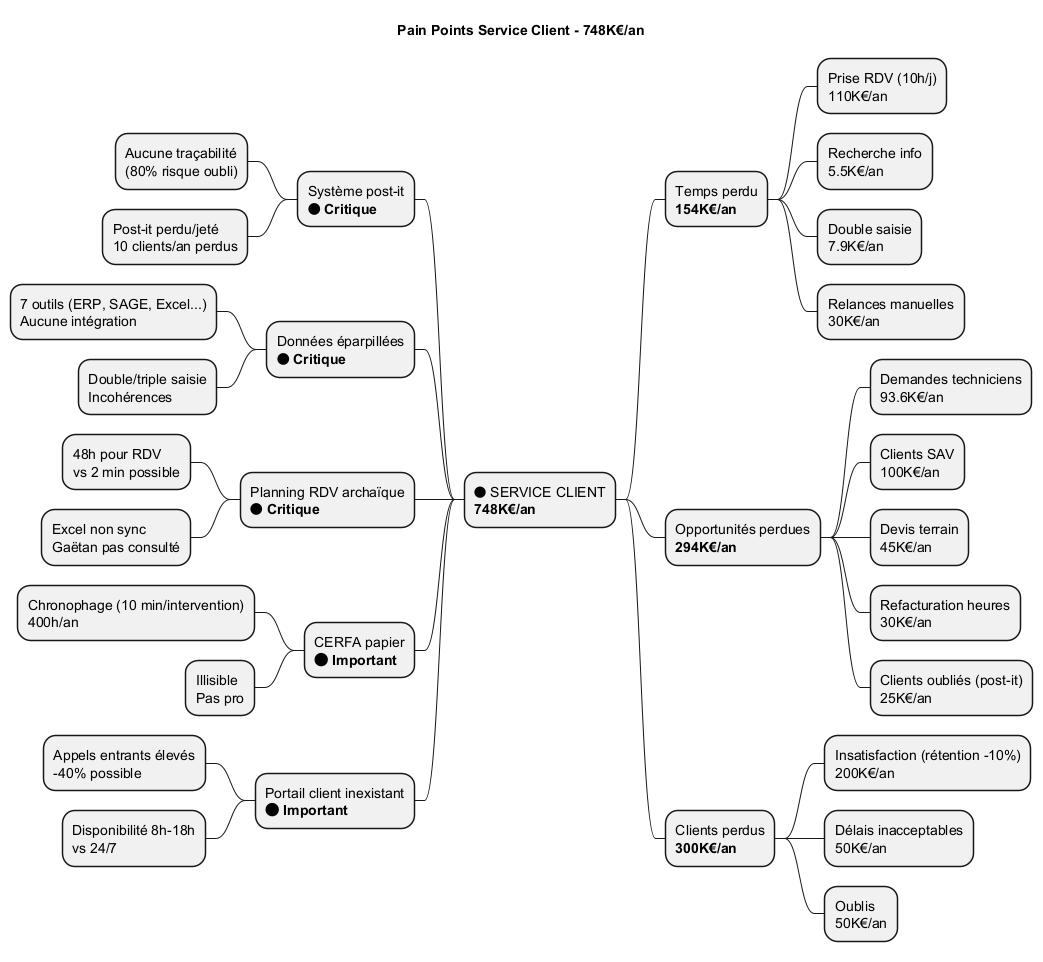
This is Services/Service-Client/uml/png/Pain_Points_Service_Client.png from JordanSerafini/Audit_Duret, a PlantUML export, as it was before one commit. Its diagram source:
```plantuml
@startmindmap Pain_Points_Service_Client

title Pain Points Service Client - 748K€/an

* 🔴 SERVICE CLIENT\n**748K€/an**
** Temps perdu\n**154K€/an**
*** Prise RDV (10h/j)\n110K€/an
*** Recherche info\n5.5K€/an
*** Double saisie\n7.9K€/an
*** Relances manuelles\n30K€/an

** Opportunités perdues\n**294K€/an**
*** Demandes techniciens\n93.6K€/an
*** Clients SAV\n100K€/an
*** Devis terrain\n45K€/an
*** Refacturation heures\n30K€/an
*** Clients oubliés (post-it)\n25K€/an

** Clients perdus\n**300K€/an**
*** Insatisfaction (rétention -10%)\n200K€/an
*** Délais inacceptables\n50K€/an
*** Oublis\n50K€/an

left side

** Système post-it\n**🔴 Critique**
*** Aucune traçabilité\n(80% risque oubli)
*** Post-it perdu/jeté\n10 clients/an perdus

** Données éparpillées\n**🔴 Critique**
*** 7 outils (ERP, SAGE, Excel...)\nAucune intégration
*** Double/triple saisie\nIncohérences

** Planning RDV archaïque\n**🔴 Critique**
*** 48h pour RDV\nvs 2 min possible
*** Excel non sync\nGaëtan pas consulté

** CERFA papier\n**🟠 Important**
*** Chronophage (10 min/intervention)\n400h/an
*** Illisible\nPas pro

** Portail client inexistant\n**🟠 Important**
*** Appels entrants élevés\n-40% possible
*** Disponibilité 8h-18h\nvs 24/7

@endmindmap
```
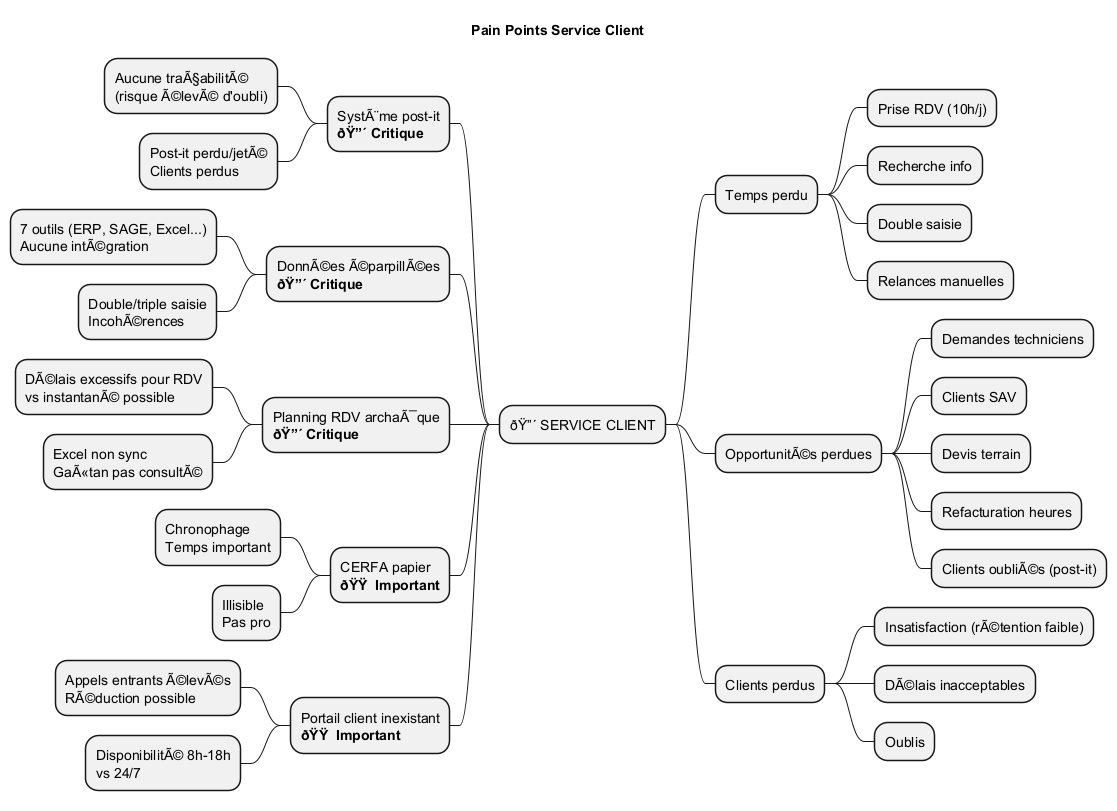
Later version of the same file.

What changed in the source:
```diff
@@ -1,46 +1,46 @@
 @startmindmap Pain_Points_Service_Client
 
-title Pain Points Service Client - 748K€/an
+title Pain Points Service Client
 
-* 🔴 SERVICE CLIENT\n**748K€/an**
-** Temps perdu\n**154K€/an**
-*** Prise RDV (10h/j)\n110K€/an
-*** Recherche info\n5.5K€/an
-*** Double saisie\n7.9K€/an
-*** Relances manuelles\n30K€/an
+* ðŸ”´ SERVICE CLIENT
+** Temps perdu
+*** Prise RDV (10h/j)
+*** Recherche info
+*** Double saisie
+*** Relances manuelles
 
-** Opportunités perdues\n**294K€/an**
-*** Demandes techniciens\n93.6K€/an
-*** Clients SAV\n100K€/an
-*** Devis terrain\n45K€/an
-*** Refacturation heures\n30K€/an
-*** Clients oubliés (post-it)\n25K€/an
+** OpportunitÃ©s perdues
+*** Demandes techniciens
+*** Clients SAV
+*** Devis terrain
+*** Refacturation heures
+*** Clients oubliÃ©s (post-it)
 
-** Clients perdus\n**300K€/an**
-*** Insatisfaction (rétention -10%)\n200K€/an
-*** Délais inacceptables\n50K€/an
-*** Oublis\n50K€/an
+** Clients perdus
+*** Insatisfaction (rÃ©tention faible)
+*** DÃ©lais inacceptables
+*** Oublis
 
 left side
 
-** Système post-it\n**🔴 Critique**
-*** Aucune traçabilité\n(80% risque oubli)
-*** Post-it perdu/jeté\n10 clients/an perdus
+** SystÃ¨me post-it\n**ðŸ”´ Critique**
+*** Aucune traÃ§abilitÃ©\n(risque Ã©levÃ© d'oubli)
+*** Post-it perdu/jetÃ©\nClients perdus
 
-** Données éparpillées\n**🔴 Critique**
-*** 7 outils (ERP, SAGE, Excel...)\nAucune intégration
-*** Double/triple saisie\nIncohérences
+** DonnÃ©es Ã©parpillÃ©es\n**ðŸ”´ Critique**
+*** 7 outils (ERP, SAGE, Excel...)\nAucune intÃ©gration
+*** Double/triple saisie\nIncohÃ©rences
 
-** Planning RDV archaïque\n**🔴 Critique**
-*** 48h pour RDV\nvs 2 min possible
-*** Excel non sync\nGaëtan pas consulté
+** Planning RDV archaÃ¯que\n**ðŸ”´ Critique**
+*** DÃ©lais excessifs pour RDV\nvs instantanÃ© possible
+*** Excel non sync\nGaÃ«tan pas consultÃ©
 
-** CERFA papier\n**🟠 Important**
-*** Chronophage (10 min/intervention)\n400h/an
+** CERFA papier\n**ðŸŸ  Important**
+*** Chronophage\nTemps important
 *** Illisible\nPas pro
 
-** Portail client inexistant\n**🟠 Important**
-*** Appels entrants élevés\n-40% possible
-*** Disponibilité 8h-18h\nvs 24/7
+** Portail client inexistant\n**ðŸŸ  Important**
+*** Appels entrants Ã©levÃ©s\nRÃ©duction possible
+*** DisponibilitÃ© 8h-18h\nvs 24/7
 
 @endmindmap
```
